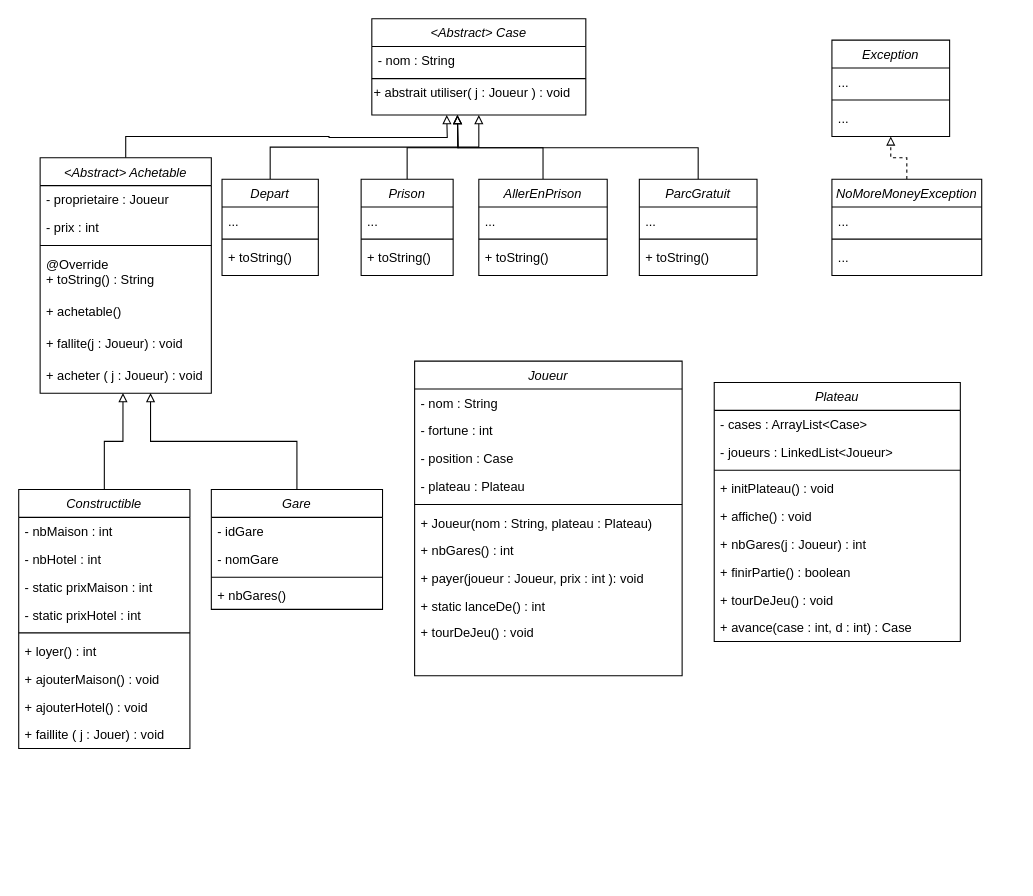
Before: UML_monopoly.drawio in hydrielax/monopoly, a draw.io diagram. Source tidied: cells renumbered, new cells numbered last; positions are measured from the earlier drawing's top-left corner, leaving out a move shared by most shapes. Both pictures are drawn from the tidied source at 107%, with x=0, y=0 at pixel (18, 18).
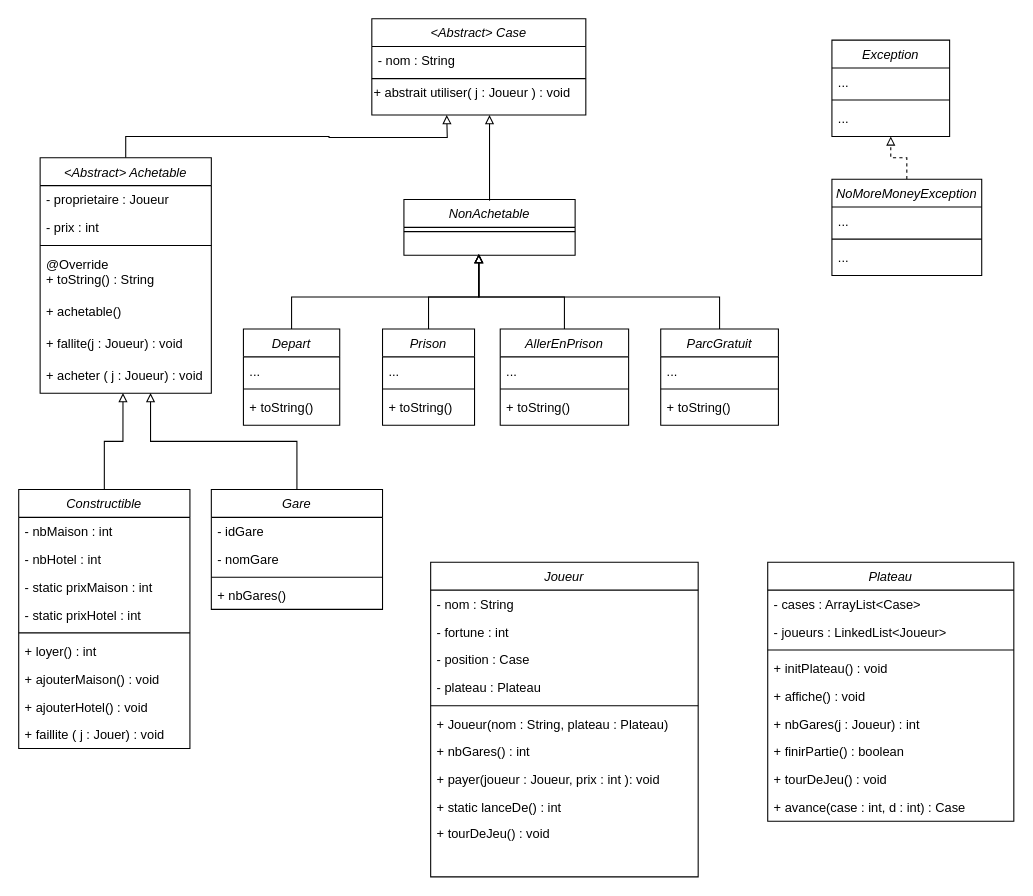
After the change.

Commit message:
feat(uml): add `NonAchetable`

Unchanged cells that the change refers to:
```xml
<mxCell id="2" value="&lt;Abstract&gt; Case" style="swimlane;fontStyle=2;align=center;verticalAlign=top;horizontal=1;startSize=26;rounded=0;shadow=0;strokeWidth=1;" parent="1" vertex="1">
  <mxGeometry x="330" width="200" height="90" as="geometry" />
</mxCell>
```

Change to the diagram source:
```diff
@@
     <mxCell id="12" value="Plateau" style="swimlane;fontStyle=2;align=center;verticalAlign=top;horizontal=1;startSize=26;rounded=0;shadow=0;strokeWidth=1;" parent="1" vertex="1">
-      <mxGeometry x="650" y="340" width="230" height="242" as="geometry" />
+      <mxGeometry x="700" y="508" width="230" height="242" as="geometry" />
     </mxCell>
@@
     <mxCell id="22" value="Joueur" style="swimlane;fontStyle=2;align=center;verticalAlign=top;horizontal=1;startSize=26;rounded=0;shadow=0;strokeWidth=1;" parent="1" vertex="1">
-      <mxGeometry x="370" y="320" width="250" height="294" as="geometry" />
+      <mxGeometry x="385" y="508" width="250" height="294" as="geometry" />
     </mxCell>
@@
     <mxCell id="53" style="edgeStyle=orthogonalEdgeStyle;rounded=0;jettySize=auto;html=1;exitX=0.5;exitY=0;exitDx=0;exitDy=0;endArrow=block;endFill=0;" parent="1" edge="1" source="54">
       <mxGeometry relative="1" as="geometry">
-        <mxPoint x="410" y="90" as="targetPoint" />
+        <mxPoint x="430" y="220" as="targetPoint" />
+        <Array as="points">
+          <mxPoint x="383" y="260" />
+          <mxPoint x="430" y="260" />
+        </Array>
       </mxGeometry>
     </mxCell>
     <mxCell id="54" value="Prison" style="swimlane;fontStyle=2;align=center;verticalAlign=top;horizontal=1;startSize=26;rounded=0;shadow=0;strokeWidth=1;" parent="1" vertex="1">
-      <mxGeometry x="320" y="150" width="86" height="90" as="geometry" />
+      <mxGeometry x="340" y="290" width="86" height="90" as="geometry" />
     </mxCell>
@@
     <mxCell id="58" style="edgeStyle=orthogonalEdgeStyle;rounded=0;jettySize=auto;html=1;exitX=0.5;exitY=0;exitDx=0;exitDy=0;endArrow=block;endFill=0;" parent="1" edge="1" source="59">
       <mxGeometry relative="1" as="geometry">
-        <mxPoint x="410" y="90" as="targetPoint" />
+        <mxPoint x="430" y="220" as="targetPoint" />
+        <Array as="points">
+          <mxPoint x="510" y="260" />
+          <mxPoint x="430" y="260" />
+        </Array>
       </mxGeometry>
     </mxCell>
     <mxCell id="59" value="AllerEnPrison" style="swimlane;fontStyle=2;align=center;verticalAlign=top;horizontal=1;startSize=26;rounded=0;shadow=0;strokeWidth=1;" parent="1" vertex="1">
-      <mxGeometry x="430" y="150" width="120" height="90" as="geometry" />
+      <mxGeometry x="450" y="290" width="120" height="90" as="geometry" />
     </mxCell>
@@
-    <mxCell id="63" style="edgeStyle=orthogonalEdgeStyle;rounded=0;jettySize=auto;html=1;exitX=0.5;exitY=0;exitDx=0;exitDy=0;entryX=0.5;entryY=1;entryDx=0;entryDy=0;endArrow=block;endFill=0;" parent="1" edge="1" source="64" target="2">
-      <mxGeometry relative="1" as="geometry" />
+    <mxCell id="63" style="edgeStyle=orthogonalEdgeStyle;rounded=0;jettySize=auto;html=1;exitX=0.5;exitY=0;exitDx=0;exitDy=0;endArrow=block;endFill=0;" parent="1" edge="1" source="64">
+      <mxGeometry relative="1" as="geometry">
+        <mxPoint x="430" y="220" as="targetPoint" />
+        <Array as="points">
+          <mxPoint x="255" y="260" />
+          <mxPoint x="430" y="260" />
+        </Array>
+      </mxGeometry>
     </mxCell>
     <mxCell id="64" value="Depart" style="swimlane;fontStyle=2;align=center;verticalAlign=top;horizontal=1;startSize=26;rounded=0;shadow=0;strokeWidth=1;" parent="1" vertex="1">
-      <mxGeometry x="190" y="150" width="90" height="90" as="geometry" />
+      <mxGeometry x="210" y="290" width="90" height="90" as="geometry" />
     </mxCell>
@@
     <mxCell id="68" style="edgeStyle=orthogonalEdgeStyle;rounded=0;jettySize=auto;html=1;exitX=0.5;exitY=0;exitDx=0;exitDy=0;endArrow=block;endFill=0;" parent="1" edge="1" source="69">
       <mxGeometry relative="1" as="geometry">
-        <mxPoint x="410" y="90" as="targetPoint" />
+        <mxPoint x="430" y="220" as="targetPoint" />
+        <Array as="points">
+          <mxPoint x="655" y="260" />
+          <mxPoint x="430" y="260" />
+        </Array>
       </mxGeometry>
     </mxCell>
     <mxCell id="69" value="ParcGratuit" style="swimlane;fontStyle=2;align=center;verticalAlign=top;horizontal=1;startSize=26;rounded=0;shadow=0;strokeWidth=1;" parent="1" vertex="1">
-      <mxGeometry x="580" y="150" width="110" height="90" as="geometry" />
+      <mxGeometry x="600" y="290" width="110" height="90" as="geometry" />
     </mxCell>
@@
+    <mxCell id="82" value="NonAchetable" style="swimlane;fontStyle=2;align=center;verticalAlign=top;horizontal=1;startSize=26;rounded=0;shadow=0;strokeWidth=1;" parent="1" vertex="1">
+      <mxGeometry x="360" y="169" width="160" height="52" as="geometry" />
+    </mxCell>
+    <mxCell id="83" style="line;html=1;strokeWidth=1;align=left;verticalAlign=middle;spacingTop=-1;spacingLeft=3;spacingRight=3;labelPosition=right;" parent="82" vertex="1">
+      <mxGeometry y="26" width="160" height="8" as="geometry" />
+    </mxCell>
+    <mxCell id="84" style="edgeStyle=orthogonalEdgeStyle;rounded=0;orthogonalLoop=1;jettySize=auto;html=1;endArrow=block;endFill=0;" parent="1" edge="1">
+      <mxGeometry relative="1" as="geometry">
+        <mxPoint x="440" y="170" as="sourcePoint" />
+        <mxPoint x="440" y="90" as="targetPoint" />
+        <Array as="points">
+          <mxPoint x="440" y="170" />
+        </Array>
+      </mxGeometry>
+    </mxCell>
```
